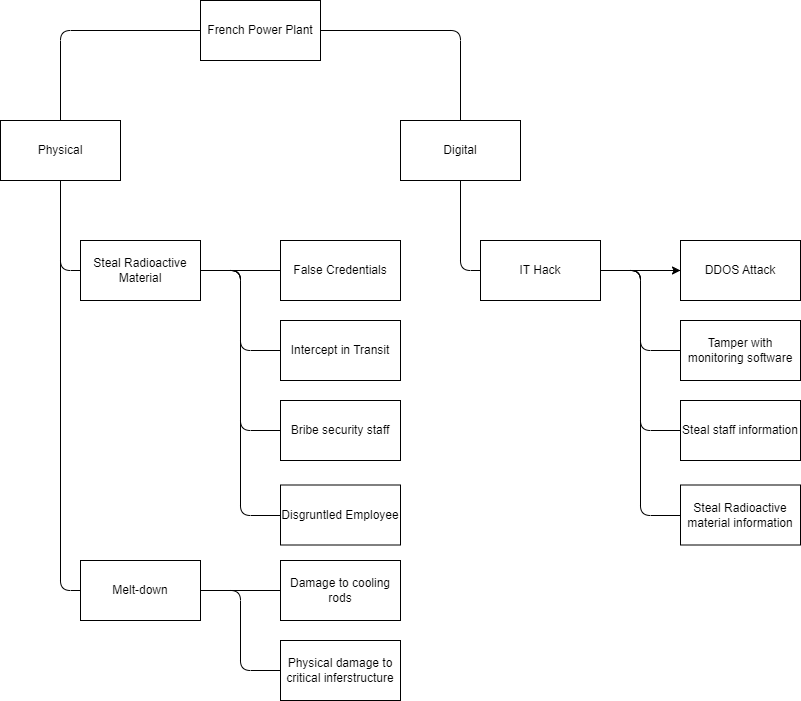
Above: SRM/ModellingExcercise/Assets/AttackTree2.png in MCollins87/MSC_EnterpriseIT (draw.io), before the change. Source tidied: cells renumbered, new cells last; positions are measured from the earlier drawing's top-left corner, leaving out a move shared by most shapes. Its diagram source:
```xml
<mxGraphModel>
  <root>
    <mxCell id="0" />
    <mxCell id="1" parent="0" />
    <mxCell id="2" style="edgeStyle=orthogonalEdgeStyle;rounded=1;jettySize=auto;html=1;endArrow=none;endFill=0;curved=0;" parent="1" edge="1" source="4" target="7">
      <mxGeometry relative="1" as="geometry" />
    </mxCell>
    <mxCell id="3" style="edgeStyle=orthogonalEdgeStyle;rounded=1;jettySize=auto;html=1;endArrow=none;endFill=0;curved=0;" parent="1" edge="1" source="4" target="9">
      <mxGeometry relative="1" as="geometry" />
    </mxCell>
    <mxCell id="4" value="French Power Plant" style="rounded=0;whiteSpace=wrap;html=1;" parent="1" vertex="1">
      <mxGeometry x="200" width="120" height="60" as="geometry" />
    </mxCell>
    <mxCell id="5" style="edgeStyle=orthogonalEdgeStyle;rounded=1;jettySize=auto;html=1;exitX=0.5;exitY=1;exitDx=0;exitDy=0;entryX=0;entryY=0.5;entryDx=0;entryDy=0;endArrow=none;endFill=0;curved=0;" parent="1" edge="1" source="7" target="14">
      <mxGeometry relative="1" as="geometry" />
    </mxCell>
    <mxCell id="6" style="edgeStyle=orthogonalEdgeStyle;rounded=1;jettySize=auto;html=1;entryX=0;entryY=0.5;entryDx=0;entryDy=0;endArrow=none;endFill=0;curved=0;" parent="1" edge="1" source="7" target="21">
      <mxGeometry relative="1" as="geometry" />
    </mxCell>
    <mxCell id="7" value="Physical" style="rounded=0;whiteSpace=wrap;html=1;" parent="1" vertex="1">
      <mxGeometry y="120" width="120" height="60" as="geometry" />
    </mxCell>
    <mxCell id="8" style="edgeStyle=orthogonalEdgeStyle;rounded=1;jettySize=auto;html=1;entryX=0;entryY=0.5;entryDx=0;entryDy=0;endArrow=none;endFill=0;curved=0;" parent="1" edge="1" source="9" target="29">
      <mxGeometry relative="1" as="geometry" />
    </mxCell>
    <mxCell id="9" value="Digital" style="rounded=0;whiteSpace=wrap;html=1;" parent="1" vertex="1">
      <mxGeometry x="400" y="120" width="120" height="60" as="geometry" />
    </mxCell>
    <mxCell id="10" style="edgeStyle=orthogonalEdgeStyle;rounded=1;jettySize=auto;html=1;endArrow=none;endFill=0;curved=0;" parent="1" edge="1" source="14" target="15">
      <mxGeometry relative="1" as="geometry" />
    </mxCell>
    <mxCell id="11" style="edgeStyle=orthogonalEdgeStyle;rounded=1;jettySize=auto;html=1;endArrow=none;endFill=0;curved=0;" parent="1" edge="1" source="14" target="16">
      <mxGeometry relative="1" as="geometry">
        <Array as="points">
          <mxPoint x="240" y="270" />
          <mxPoint x="240" y="350" />
        </Array>
      </mxGeometry>
    </mxCell>
    <mxCell id="12" style="edgeStyle=orthogonalEdgeStyle;rounded=1;jettySize=auto;html=1;endArrow=none;endFill=0;curved=0;" parent="1" edge="1" source="14" target="17">
      <mxGeometry relative="1" as="geometry">
        <Array as="points">
          <mxPoint x="240" y="270" />
          <mxPoint x="240" y="430" />
        </Array>
      </mxGeometry>
    </mxCell>
    <mxCell id="13" style="edgeStyle=orthogonalEdgeStyle;rounded=1;jettySize=auto;html=1;endArrow=none;endFill=0;curved=0;" parent="1" edge="1" source="14" target="18">
      <mxGeometry relative="1" as="geometry">
        <Array as="points">
          <mxPoint x="240" y="270" />
          <mxPoint x="240" y="515" />
        </Array>
      </mxGeometry>
    </mxCell>
    <mxCell id="14" value="Steal Radioactive Material" style="rounded=0;whiteSpace=wrap;html=1;" parent="1" vertex="1">
      <mxGeometry x="80" y="240" width="120" height="60" as="geometry" />
    </mxCell>
    <mxCell id="15" value="False Credentials" style="rounded=0;whiteSpace=wrap;html=1;" parent="1" vertex="1">
      <mxGeometry x="280" y="240" width="120" height="60" as="geometry" />
    </mxCell>
    <mxCell id="16" value="Intercept in Transit" style="rounded=0;whiteSpace=wrap;html=1;" parent="1" vertex="1">
      <mxGeometry x="280" y="320" width="120" height="60" as="geometry" />
    </mxCell>
    <mxCell id="17" value="Bribe security staff" style="rounded=0;whiteSpace=wrap;html=1;" parent="1" vertex="1">
      <mxGeometry x="280" y="400" width="120" height="60" as="geometry" />
    </mxCell>
    <mxCell id="18" value="Disgruntled Employee" style="rounded=0;whiteSpace=wrap;html=1;" parent="1" vertex="1">
      <mxGeometry x="280" y="484.5" width="120" height="60" as="geometry" />
    </mxCell>
    <mxCell id="19" style="edgeStyle=orthogonalEdgeStyle;rounded=1;jettySize=auto;html=1;endArrow=none;endFill=0;curved=0;" parent="1" edge="1" source="21" target="22">
      <mxGeometry relative="1" as="geometry" />
    </mxCell>
    <mxCell id="20" style="edgeStyle=orthogonalEdgeStyle;rounded=1;jettySize=auto;html=1;endArrow=none;endFill=0;curved=0;" parent="1" edge="1" source="21" target="23">
      <mxGeometry relative="1" as="geometry">
        <Array as="points">
          <mxPoint x="240" y="590" />
          <mxPoint x="240" y="670" />
        </Array>
      </mxGeometry>
    </mxCell>
    <mxCell id="21" value="Melt-down" style="rounded=0;whiteSpace=wrap;html=1;" parent="1" vertex="1">
      <mxGeometry x="80" y="560" width="120" height="60" as="geometry" />
    </mxCell>
    <mxCell id="22" value="Damage to cooling rods" style="rounded=0;whiteSpace=wrap;html=1;" parent="1" vertex="1">
      <mxGeometry x="280" y="560" width="120" height="60" as="geometry" />
    </mxCell>
    <mxCell id="23" value="Physical damage to critical inferstructure" style="rounded=0;whiteSpace=wrap;html=1;" parent="1" vertex="1">
      <mxGeometry x="280" y="640" width="120" height="60" as="geometry" />
    </mxCell>
    <mxCell id="24" style="edgeStyle=orthogonalEdgeStyle;rounded=0;jettySize=auto;html=1;" parent="1" edge="1" source="29" target="30">
      <mxGeometry relative="1" as="geometry" />
    </mxCell>
    <mxCell id="25" style="edgeStyle=orthogonalEdgeStyle;rounded=1;jettySize=auto;html=1;endArrow=none;endFill=0;curved=0;" parent="1" edge="1" source="29" target="30">
      <mxGeometry relative="1" as="geometry" />
    </mxCell>
    <mxCell id="26" style="edgeStyle=orthogonalEdgeStyle;rounded=1;jettySize=auto;html=1;endArrow=none;endFill=0;curved=0;" parent="1" edge="1" source="29" target="31">
      <mxGeometry relative="1" as="geometry">
        <Array as="points">
          <mxPoint x="640" y="270" />
          <mxPoint x="640" y="350" />
        </Array>
      </mxGeometry>
    </mxCell>
    <mxCell id="27" style="edgeStyle=orthogonalEdgeStyle;rounded=1;jettySize=auto;html=1;endArrow=none;endFill=0;curved=0;" parent="1" edge="1" source="29" target="32">
      <mxGeometry relative="1" as="geometry">
        <Array as="points">
          <mxPoint x="640" y="270" />
          <mxPoint x="640" y="430" />
        </Array>
      </mxGeometry>
    </mxCell>
    <mxCell id="28" style="edgeStyle=orthogonalEdgeStyle;rounded=1;jettySize=auto;html=1;endArrow=none;endFill=0;curved=0;" parent="1" edge="1" source="29" target="33">
      <mxGeometry relative="1" as="geometry">
        <Array as="points">
          <mxPoint x="640" y="270" />
          <mxPoint x="640" y="515" />
        </Array>
      </mxGeometry>
    </mxCell>
    <mxCell id="29" value="IT Hack" style="rounded=0;whiteSpace=wrap;html=1;" parent="1" vertex="1">
      <mxGeometry x="480" y="240" width="120" height="60" as="geometry" />
    </mxCell>
    <mxCell id="30" value="DDOS Attack" style="rounded=0;whiteSpace=wrap;html=1;" parent="1" vertex="1">
      <mxGeometry x="680" y="240" width="120" height="60" as="geometry" />
    </mxCell>
    <mxCell id="31" value="Tamper with monitoring software" style="rounded=0;whiteSpace=wrap;html=1;" parent="1" vertex="1">
      <mxGeometry x="680" y="320" width="120" height="60" as="geometry" />
    </mxCell>
    <mxCell id="32" value="Steal staff information" style="rounded=0;whiteSpace=wrap;html=1;" parent="1" vertex="1">
      <mxGeometry x="680" y="400" width="120" height="60" as="geometry" />
    </mxCell>
    <mxCell id="33" value="Steal Radioactive material information" style="rounded=0;whiteSpace=wrap;html=1;" parent="1" vertex="1">
      <mxGeometry x="680" y="484.5" width="120" height="60" as="geometry" />
    </mxCell>
  </root>
</mxGraphModel>
```
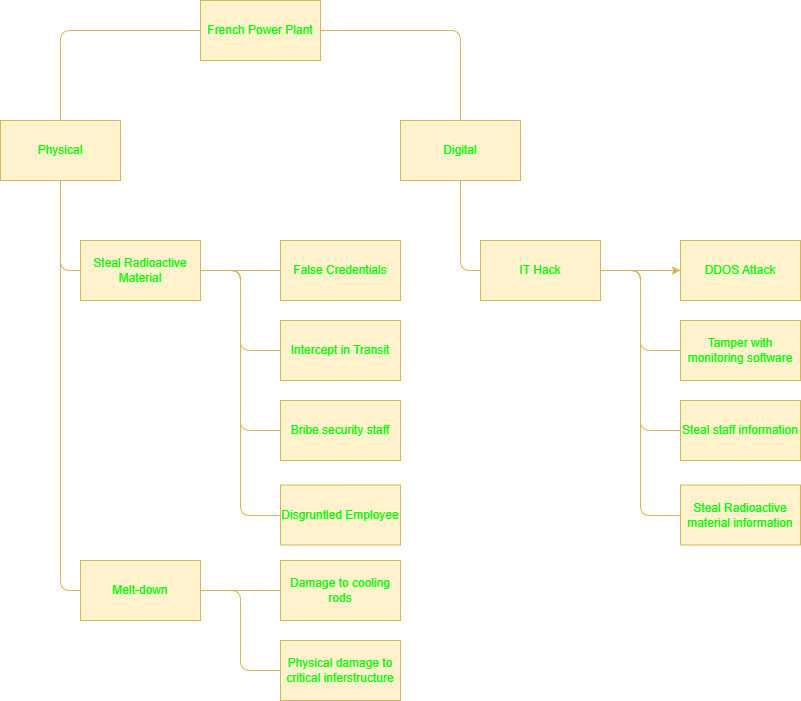
The same diagram one commit later.

The edit, as a diff of the source:
```diff
@@ -2,34 +2,34 @@
   <root>
     <mxCell id="0" />
     <mxCell id="1" parent="0" />
-    <mxCell id="2" style="edgeStyle=orthogonalEdgeStyle;rounded=1;jettySize=auto;html=1;endArrow=none;endFill=0;curved=0;" parent="1" edge="1" source="4" target="7">
+    <mxCell id="2" style="edgeStyle=orthogonalEdgeStyle;rounded=1;jettySize=auto;html=1;endArrow=none;endFill=0;curved=0;strokeColor=#d6b656;fontColor=#00FF00;fillColor=#fff2cc;" parent="1" edge="1" source="4" target="7">
       <mxGeometry relative="1" as="geometry" />
     </mxCell>
-    <mxCell id="3" style="edgeStyle=orthogonalEdgeStyle;rounded=1;jettySize=auto;html=1;endArrow=none;endFill=0;curved=0;" parent="1" edge="1" source="4" target="9">
+    <mxCell id="3" style="edgeStyle=orthogonalEdgeStyle;rounded=1;jettySize=auto;html=1;endArrow=none;endFill=0;curved=0;strokeColor=#d6b656;fontColor=#00FF00;fillColor=#fff2cc;" parent="1" edge="1" source="4" target="9">
       <mxGeometry relative="1" as="geometry" />
     </mxCell>
-    <mxCell id="4" value="French Power Plant" style="rounded=0;whiteSpace=wrap;html=1;" parent="1" vertex="1">
+    <mxCell id="4" value="French Power Plant" style="rounded=0;whiteSpace=wrap;html=1;fillColor=#fff2cc;strokeColor=#d6b656;fontColor=#00FF00;" parent="1" vertex="1">
       <mxGeometry x="200" width="120" height="60" as="geometry" />
     </mxCell>
-    <mxCell id="5" style="edgeStyle=orthogonalEdgeStyle;rounded=1;jettySize=auto;html=1;exitX=0.5;exitY=1;exitDx=0;exitDy=0;entryX=0;entryY=0.5;entryDx=0;entryDy=0;endArrow=none;endFill=0;curved=0;" parent="1" edge="1" source="7" target="14">
+    <mxCell id="5" style="edgeStyle=orthogonalEdgeStyle;rounded=1;jettySize=auto;html=1;exitX=0.5;exitY=1;exitDx=0;exitDy=0;entryX=0;entryY=0.5;entryDx=0;entryDy=0;endArrow=none;endFill=0;curved=0;strokeColor=#d6b656;fontColor=#00FF00;fillColor=#fff2cc;" parent="1" edge="1" source="7" target="14">
       <mxGeometry relative="1" as="geometry" />
     </mxCell>
-    <mxCell id="6" style="edgeStyle=orthogonalEdgeStyle;rounded=1;jettySize=auto;html=1;entryX=0;entryY=0.5;entryDx=0;entryDy=0;endArrow=none;endFill=0;curved=0;" parent="1" edge="1" source="7" target="21">
+    <mxCell id="6" style="edgeStyle=orthogonalEdgeStyle;rounded=1;jettySize=auto;html=1;entryX=0;entryY=0.5;entryDx=0;entryDy=0;endArrow=none;endFill=0;curved=0;strokeColor=#d6b656;fontColor=#00FF00;fillColor=#fff2cc;" parent="1" edge="1" source="7" target="21">
       <mxGeometry relative="1" as="geometry" />
     </mxCell>
-    <mxCell id="7" value="Physical" style="rounded=0;whiteSpace=wrap;html=1;" parent="1" vertex="1">
+    <mxCell id="7" value="Physical" style="rounded=0;whiteSpace=wrap;html=1;fillColor=#fff2cc;strokeColor=#d6b656;fontColor=#00FF00;" parent="1" vertex="1">
       <mxGeometry y="120" width="120" height="60" as="geometry" />
     </mxCell>
-    <mxCell id="8" style="edgeStyle=orthogonalEdgeStyle;rounded=1;jettySize=auto;html=1;entryX=0;entryY=0.5;entryDx=0;entryDy=0;endArrow=none;endFill=0;curved=0;" parent="1" edge="1" source="9" target="29">
+    <mxCell id="8" style="edgeStyle=orthogonalEdgeStyle;rounded=1;jettySize=auto;html=1;entryX=0;entryY=0.5;entryDx=0;entryDy=0;endArrow=none;endFill=0;curved=0;strokeColor=#d6b656;fontColor=#00FF00;fillColor=#fff2cc;" parent="1" edge="1" source="9" target="29">
       <mxGeometry relative="1" as="geometry" />
     </mxCell>
-    <mxCell id="9" value="Digital" style="rounded=0;whiteSpace=wrap;html=1;" parent="1" vertex="1">
+    <mxCell id="9" value="Digital" style="rounded=0;whiteSpace=wrap;html=1;fillColor=#fff2cc;strokeColor=#d6b656;fontColor=#00FF00;" parent="1" vertex="1">
       <mxGeometry x="400" y="120" width="120" height="60" as="geometry" />
     </mxCell>
-    <mxCell id="10" style="edgeStyle=orthogonalEdgeStyle;rounded=1;jettySize=auto;html=1;endArrow=none;endFill=0;curved=0;" parent="1" edge="1" source="14" target="15">
+    <mxCell id="10" style="edgeStyle=orthogonalEdgeStyle;rounded=1;jettySize=auto;html=1;endArrow=none;endFill=0;curved=0;strokeColor=#d6b656;fontColor=#00FF00;fillColor=#fff2cc;" parent="1" edge="1" source="14" target="15">
       <mxGeometry relative="1" as="geometry" />
     </mxCell>
-    <mxCell id="11" style="edgeStyle=orthogonalEdgeStyle;rounded=1;jettySize=auto;html=1;endArrow=none;endFill=0;curved=0;" parent="1" edge="1" source="14" target="16">
+    <mxCell id="11" style="edgeStyle=orthogonalEdgeStyle;rounded=1;jettySize=auto;html=1;endArrow=none;endFill=0;curved=0;strokeColor=#d6b656;fontColor=#00FF00;fillColor=#fff2cc;" parent="1" edge="1" source="14" target="16">
       <mxGeometry relative="1" as="geometry">
         <Array as="points">
           <mxPoint x="240" y="270" />
@@ -37,7 +37,7 @@
         </Array>
       </mxGeometry>
     </mxCell>
-    <mxCell id="12" style="edgeStyle=orthogonalEdgeStyle;rounded=1;jettySize=auto;html=1;endArrow=none;endFill=0;curved=0;" parent="1" edge="1" source="14" target="17">
+    <mxCell id="12" style="edgeStyle=orthogonalEdgeStyle;rounded=1;jettySize=auto;html=1;endArrow=none;endFill=0;curved=0;strokeColor=#d6b656;fontColor=#00FF00;fillColor=#fff2cc;" parent="1" edge="1" source="14" target="17">
       <mxGeometry relative="1" as="geometry">
         <Array as="points">
           <mxPoint x="240" y="270" />
@@ -45,7 +45,7 @@
         </Array>
       </mxGeometry>
     </mxCell>
-    <mxCell id="13" style="edgeStyle=orthogonalEdgeStyle;rounded=1;jettySize=auto;html=1;endArrow=none;endFill=0;curved=0;" parent="1" edge="1" source="14" target="18">
+    <mxCell id="13" style="edgeStyle=orthogonalEdgeStyle;rounded=1;jettySize=auto;html=1;endArrow=none;endFill=0;curved=0;strokeColor=#d6b656;fontColor=#00FF00;fillColor=#fff2cc;" parent="1" edge="1" source="14" target="18">
       <mxGeometry relative="1" as="geometry">
         <Array as="points">
           <mxPoint x="240" y="270" />
@@ -53,25 +53,25 @@
         </Array>
       </mxGeometry>
     </mxCell>
-    <mxCell id="14" value="Steal Radioactive Material" style="rounded=0;whiteSpace=wrap;html=1;" parent="1" vertex="1">
+    <mxCell id="14" value="Steal Radioactive Material" style="rounded=0;whiteSpace=wrap;html=1;fillColor=#fff2cc;strokeColor=#d6b656;fontColor=#00FF00;" parent="1" vertex="1">
       <mxGeometry x="80" y="240" width="120" height="60" as="geometry" />
     </mxCell>
-    <mxCell id="15" value="False Credentials" style="rounded=0;whiteSpace=wrap;html=1;" parent="1" vertex="1">
+    <mxCell id="15" value="False Credentials" style="rounded=0;whiteSpace=wrap;html=1;fillColor=#fff2cc;strokeColor=#d6b656;fontColor=#00FF00;" parent="1" vertex="1">
       <mxGeometry x="280" y="240" width="120" height="60" as="geometry" />
     </mxCell>
-    <mxCell id="16" value="Intercept in Transit" style="rounded=0;whiteSpace=wrap;html=1;" parent="1" vertex="1">
+    <mxCell id="16" value="Intercept in Transit" style="rounded=0;whiteSpace=wrap;html=1;fillColor=#fff2cc;strokeColor=#d6b656;fontColor=#00FF00;" parent="1" vertex="1">
       <mxGeometry x="280" y="320" width="120" height="60" as="geometry" />
     </mxCell>
-    <mxCell id="17" value="Bribe security staff" style="rounded=0;whiteSpace=wrap;html=1;" parent="1" vertex="1">
+    <mxCell id="17" value="Bribe security staff" style="rounded=0;whiteSpace=wrap;html=1;fillColor=#fff2cc;strokeColor=#d6b656;fontColor=#00FF00;" parent="1" vertex="1">
       <mxGeometry x="280" y="400" width="120" height="60" as="geometry" />
     </mxCell>
-    <mxCell id="18" value="Disgruntled Employee" style="rounded=0;whiteSpace=wrap;html=1;" parent="1" vertex="1">
+    <mxCell id="18" value="Disgruntled Employee" style="rounded=0;whiteSpace=wrap;html=1;fillColor=#fff2cc;strokeColor=#d6b656;fontColor=#00FF00;" parent="1" vertex="1">
       <mxGeometry x="280" y="484.5" width="120" height="60" as="geometry" />
     </mxCell>
-    <mxCell id="19" style="edgeStyle=orthogonalEdgeStyle;rounded=1;jettySize=auto;html=1;endArrow=none;endFill=0;curved=0;" parent="1" edge="1" source="21" target="22">
+    <mxCell id="19" style="edgeStyle=orthogonalEdgeStyle;rounded=1;jettySize=auto;html=1;endArrow=none;endFill=0;curved=0;strokeColor=#d6b656;fontColor=#00FF00;fillColor=#fff2cc;" parent="1" edge="1" source="21" target="22">
       <mxGeometry relative="1" as="geometry" />
     </mxCell>
-    <mxCell id="20" style="edgeStyle=orthogonalEdgeStyle;rounded=1;jettySize=auto;html=1;endArrow=none;endFill=0;curved=0;" parent="1" edge="1" source="21" target="23">
+    <mxCell id="20" style="edgeStyle=orthogonalEdgeStyle;rounded=1;jettySize=auto;html=1;endArrow=none;endFill=0;curved=0;strokeColor=#d6b656;fontColor=#00FF00;fillColor=#fff2cc;" parent="1" edge="1" source="21" target="23">
       <mxGeometry relative="1" as="geometry">
         <Array as="points">
           <mxPoint x="240" y="590" />
@@ -79,22 +79,22 @@
         </Array>
       </mxGeometry>
     </mxCell>
-    <mxCell id="21" value="Melt-down" style="rounded=0;whiteSpace=wrap;html=1;" parent="1" vertex="1">
+    <mxCell id="21" value="Melt-down" style="rounded=0;whiteSpace=wrap;html=1;fillColor=#fff2cc;strokeColor=#d6b656;fontColor=#00FF00;" parent="1" vertex="1">
       <mxGeometry x="80" y="560" width="120" height="60" as="geometry" />
     </mxCell>
-    <mxCell id="22" value="Damage to cooling rods" style="rounded=0;whiteSpace=wrap;html=1;" parent="1" vertex="1">
+    <mxCell id="22" value="Damage to cooling rods" style="rounded=0;whiteSpace=wrap;html=1;fillColor=#fff2cc;strokeColor=#d6b656;fontColor=#00FF00;" parent="1" vertex="1">
       <mxGeometry x="280" y="560" width="120" height="60" as="geometry" />
     </mxCell>
-    <mxCell id="23" value="Physical damage to critical inferstructure" style="rounded=0;whiteSpace=wrap;html=1;" parent="1" vertex="1">
+    <mxCell id="23" value="Physical damage to critical inferstructure" style="rounded=0;whiteSpace=wrap;html=1;fillColor=#fff2cc;strokeColor=#d6b656;fontColor=#00FF00;" parent="1" vertex="1">
       <mxGeometry x="280" y="640" width="120" height="60" as="geometry" />
     </mxCell>
-    <mxCell id="24" style="edgeStyle=orthogonalEdgeStyle;rounded=0;jettySize=auto;html=1;" parent="1" edge="1" source="29" target="30">
+    <mxCell id="24" style="edgeStyle=orthogonalEdgeStyle;rounded=0;jettySize=auto;html=1;fontColor=#00FF00;fillColor=#fff2cc;strokeColor=#d6b656;" parent="1" edge="1" source="29" target="30">
       <mxGeometry relative="1" as="geometry" />
     </mxCell>
-    <mxCell id="25" style="edgeStyle=orthogonalEdgeStyle;rounded=1;jettySize=auto;html=1;endArrow=none;endFill=0;curved=0;" parent="1" edge="1" source="29" target="30">
+    <mxCell id="25" style="edgeStyle=orthogonalEdgeStyle;rounded=1;jettySize=auto;html=1;endArrow=none;endFill=0;curved=0;strokeColor=#d6b656;fontColor=#00FF00;fillColor=#fff2cc;" parent="1" edge="1" source="29" target="30">
       <mxGeometry relative="1" as="geometry" />
     </mxCell>
-    <mxCell id="26" style="edgeStyle=orthogonalEdgeStyle;rounded=1;jettySize=auto;html=1;endArrow=none;endFill=0;curved=0;" parent="1" edge="1" source="29" target="31">
+    <mxCell id="26" style="edgeStyle=orthogonalEdgeStyle;rounded=1;jettySize=auto;html=1;endArrow=none;endFill=0;curved=0;strokeColor=#d6b656;fontColor=#00FF00;fillColor=#fff2cc;" parent="1" edge="1" source="29" target="31">
       <mxGeometry relative="1" as="geometry">
         <Array as="points">
           <mxPoint x="640" y="270" />
@@ -102,7 +102,7 @@
         </Array>
       </mxGeometry>
     </mxCell>
-    <mxCell id="27" style="edgeStyle=orthogonalEdgeStyle;rounded=1;jettySize=auto;html=1;endArrow=none;endFill=0;curved=0;" parent="1" edge="1" source="29" target="32">
+    <mxCell id="27" style="edgeStyle=orthogonalEdgeStyle;rounded=1;jettySize=auto;html=1;endArrow=none;endFill=0;curved=0;strokeColor=#d6b656;fontColor=#00FF00;fillColor=#fff2cc;" parent="1" edge="1" source="29" target="32">
       <mxGeometry relative="1" as="geometry">
         <Array as="points">
           <mxPoint x="640" y="270" />
@@ -110,7 +110,7 @@
         </Array>
       </mxGeometry>
     </mxCell>
-    <mxCell id="28" style="edgeStyle=orthogonalEdgeStyle;rounded=1;jettySize=auto;html=1;endArrow=none;endFill=0;curved=0;" parent="1" edge="1" source="29" target="33">
+    <mxCell id="28" style="edgeStyle=orthogonalEdgeStyle;rounded=1;jettySize=auto;html=1;endArrow=none;endFill=0;curved=0;strokeColor=#d6b656;fontColor=#00FF00;fillColor=#fff2cc;" parent="1" edge="1" source="29" target="33">
       <mxGeometry relative="1" as="geometry">
         <Array as="points">
           <mxPoint x="640" y="270" />
@@ -118,19 +118,19 @@
         </Array>
       </mxGeometry>
     </mxCell>
-    <mxCell id="29" value="IT Hack" style="rounded=0;whiteSpace=wrap;html=1;" parent="1" vertex="1">
+    <mxCell id="29" value="IT Hack" style="rounded=0;whiteSpace=wrap;html=1;fillColor=#fff2cc;strokeColor=#d6b656;fontColor=#00FF00;" parent="1" vertex="1">
       <mxGeometry x="480" y="240" width="120" height="60" as="geometry" />
     </mxCell>
-    <mxCell id="30" value="DDOS Attack" style="rounded=0;whiteSpace=wrap;html=1;" parent="1" vertex="1">
+    <mxCell id="30" value="DDOS Attack" style="rounded=0;whiteSpace=wrap;html=1;fillColor=#fff2cc;strokeColor=#d6b656;fontColor=#00FF00;" parent="1" vertex="1">
       <mxGeometry x="680" y="240" width="120" height="60" as="geometry" />
     </mxCell>
-    <mxCell id="31" value="Tamper with monitoring software" style="rounded=0;whiteSpace=wrap;html=1;" parent="1" vertex="1">
+    <mxCell id="31" value="Tamper with monitoring software" style="rounded=0;whiteSpace=wrap;html=1;fillColor=#fff2cc;strokeColor=#d6b656;fontColor=#00FF00;" parent="1" vertex="1">
       <mxGeometry x="680" y="320" width="120" height="60" as="geometry" />
     </mxCell>
-    <mxCell id="32" value="Steal staff information" style="rounded=0;whiteSpace=wrap;html=1;" parent="1" vertex="1">
+    <mxCell id="32" value="Steal staff information" style="rounded=0;whiteSpace=wrap;html=1;fillColor=#fff2cc;strokeColor=#d6b656;fontColor=#00FF00;" parent="1" vertex="1">
       <mxGeometry x="680" y="400" width="120" height="60" as="geometry" />
     </mxCell>
-    <mxCell id="33" value="Steal Radioactive material information" style="rounded=0;whiteSpace=wrap;html=1;" parent="1" vertex="1">
+    <mxCell id="33" value="Steal Radioactive material information" style="rounded=0;whiteSpace=wrap;html=1;fillColor=#fff2cc;strokeColor=#d6b656;fontColor=#00FF00;" parent="1" vertex="1">
       <mxGeometry x="680" y="484.5" width="120" height="60" as="geometry" />
     </mxCell>
   </root>
```
